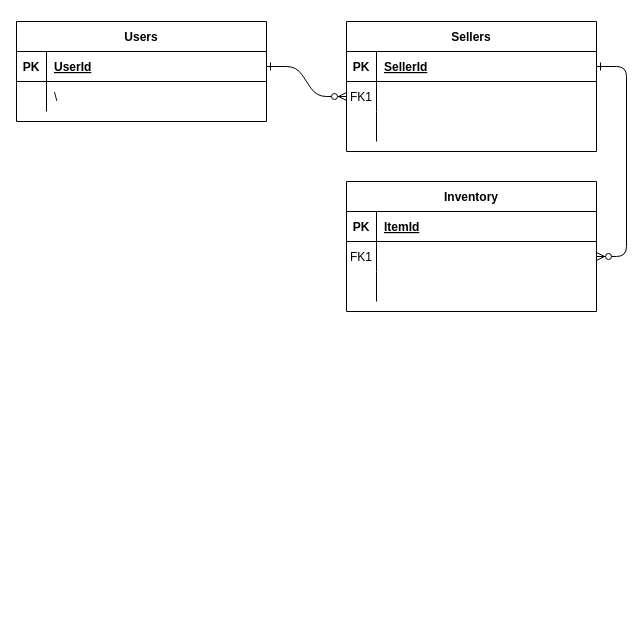
Above: Untitled Diagram.drawio in AlvinAlagos/E-CommerceProject (draw.io), before the change. Source tidied: cells renumbered, new cells numbered last; positions are measured from the earlier drawing's top-left corner, leaving out a move shared by most shapes. Both pictures are drawn from the tidied source at 100%, with x=0, y=0 at pixel (16, 21).
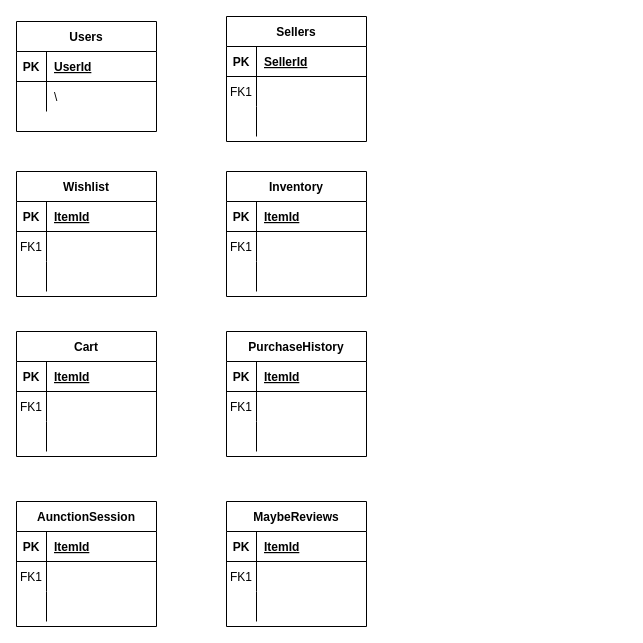
Above is the later version.

Commit message:
Added potential tables

Change to the diagram source:
```diff
@@
-    <mxCell id="2" style="edgeStyle=entityRelationEdgeStyle;endArrow=ERzeroToMany;startArrow=ERone;endFill=1;startFill=0;" parent="1" edge="1" source="25" target="8">
-      <mxGeometry relative="1" as="geometry" />
-    </mxCell>
-    <mxCell id="3" style="edgeStyle=entityRelationEdgeStyle;endArrow=ERzeroToMany;startArrow=ERone;endFill=1;startFill=0;" parent="1" edge="1" source="5" target="18">
-      <mxGeometry relative="1" as="geometry" />
-    </mxCell>
     <mxCell id="4" value="Sellers" style="shape=table;startSize=30;childLayout=tableLayout;rowLines=0;fontStyle=1;align=center;" parent="1" vertex="1">
-      <mxGeometry x="330" width="250" height="130" as="geometry" />
+      <mxGeometry x="210" y="-5" width="140" height="125" as="geometry" />
     </mxCell>
     <mxCell id="5" style="shape=partialRectangle;fillColor=none;points=[[0,0.5],[1,0.5]];portConstraint=eastwest;top=0;left=0;right=0;bottom=1;" parent="4" vertex="1">
-      <mxGeometry y="30" width="250" height="30" as="geometry" />
+      <mxGeometry y="30" width="140" height="30" as="geometry" />
     </mxCell>
@@
     <mxCell id="7" value="SellerId" style="shape=partialRectangle;overflow=hidden;fillColor=none;top=0;left=0;bottom=0;right=0;align=left;spacingLeft=6;fontStyle=5;" parent="5" vertex="1">
-      <mxGeometry x="30" width="220" height="30" as="geometry" />
+      <mxGeometry x="30" width="110" height="30" as="geometry" />
     </mxCell>
     <mxCell id="8" style="shape=partialRectangle;fillColor=none;points=[[0,0.5],[1,0.5]];portConstraint=eastwest;top=0;left=0;right=0;bottom=0;" parent="4" vertex="1">
-      <mxGeometry y="60" width="250" height="30" as="geometry" />
+      <mxGeometry y="60" width="140" height="30" as="geometry" />
     </mxCell>
@@
     <mxCell id="10" style="shape=partialRectangle;overflow=hidden;fillColor=none;top=0;left=0;bottom=0;right=0;align=left;spacingLeft=6;" parent="8" vertex="1">
-      <mxGeometry x="30" width="220" height="30" as="geometry" />
+      <mxGeometry x="30" width="110" height="30" as="geometry" />
     </mxCell>
     <mxCell id="11" style="shape=partialRectangle;fillColor=none;top=0;left=0;right=0;bottom=0;" parent="4" vertex="1">
-      <mxGeometry y="90" width="250" height="30" as="geometry" />
+      <mxGeometry y="90" width="140" height="30" as="geometry" />
     </mxCell>
@@
     <mxCell id="13" style="shape=partialRectangle;overflow=hidden;fillColor=none;top=0;left=0;bottom=0;right=0;align=left;spacingLeft=6;" parent="11" vertex="1">
-      <mxGeometry x="30" width="220" height="30" as="geometry" />
+      <mxGeometry x="30" width="110" height="30" as="geometry" />
     </mxCell>
     <mxCell id="14" value="Inventory" style="shape=table;startSize=30;childLayout=tableLayout;rowLines=0;fontStyle=1;align=center;" parent="1" vertex="1">
-      <mxGeometry x="330" y="160" width="250" height="130" as="geometry" />
+      <mxGeometry x="210" y="150" width="140" height="125" as="geometry" />
     </mxCell>
     <mxCell id="15" style="shape=partialRectangle;fillColor=none;top=0;left=0;right=0;bottom=1;" parent="14" vertex="1">
-      <mxGeometry y="30" width="250" height="30" as="geometry" />
+      <mxGeometry y="30" width="140" height="30" as="geometry" />
     </mxCell>
@@
     <mxCell id="17" value="ItemId" style="shape=partialRectangle;overflow=hidden;fillColor=none;top=0;left=0;bottom=0;right=0;align=left;spacingLeft=6;fontStyle=5;" parent="15" vertex="1">
-      <mxGeometry x="30" width="220" height="30" as="geometry" />
+      <mxGeometry x="30" width="110" height="30" as="geometry" />
     </mxCell>
     <mxCell id="18" style="shape=partialRectangle;fillColor=none;points=[[0,0.5],[1,0.5]];portConstraint=eastwest;top=0;left=0;right=0;bottom=0;" parent="14" vertex="1">
-      <mxGeometry y="60" width="250" height="30" as="geometry" />
+      <mxGeometry y="60" width="140" height="30" as="geometry" />
     </mxCell>
@@
     <mxCell id="20" style="shape=partialRectangle;overflow=hidden;fillColor=none;top=0;left=0;bottom=0;right=0;align=left;spacingLeft=6;" parent="18" vertex="1">
-      <mxGeometry x="30" width="220" height="30" as="geometry" />
+      <mxGeometry x="30" width="110" height="30" as="geometry" />
     </mxCell>
     <mxCell id="21" style="shape=partialRectangle;fillColor=none;top=0;left=0;right=0;bottom=0;" parent="14" vertex="1">
-      <mxGeometry y="90" width="250" height="30" as="geometry" />
+      <mxGeometry y="90" width="140" height="30" as="geometry" />
     </mxCell>
@@
     <mxCell id="23" style="shape=partialRectangle;overflow=hidden;fillColor=none;top=0;left=0;bottom=0;right=0;align=left;spacingLeft=6;" parent="21" vertex="1">
-      <mxGeometry x="30" width="220" height="30" as="geometry" />
+      <mxGeometry x="30" width="110" height="30" as="geometry" />
     </mxCell>
     <mxCell id="24" value="Users" style="shape=table;startSize=30;childLayout=tableLayout;rowLines=0;fontStyle=1;align=center;" parent="1" vertex="1">
-      <mxGeometry width="250" height="100" as="geometry" />
+      <mxGeometry width="140" height="110" as="geometry" />
     </mxCell>
     <mxCell id="25" style="shape=partialRectangle;fillColor=none;points=[[0,0.5],[1,0.5]];portConstraint=eastwest;top=0;left=0;right=0;bottom=1;" parent="24" vertex="1">
-      <mxGeometry y="30" width="250" height="30" as="geometry" />
+      <mxGeometry y="30" width="140" height="30" as="geometry" />
     </mxCell>
@@
     <mxCell id="27" value="UserId" style="shape=partialRectangle;overflow=hidden;fillColor=none;top=0;left=0;bottom=0;right=0;align=left;spacingLeft=6;fontStyle=5;" parent="25" vertex="1">
-      <mxGeometry x="30" width="220" height="30" as="geometry" />
+      <mxGeometry x="30" width="110" height="30" as="geometry" />
     </mxCell>
     <mxCell id="28" style="shape=partialRectangle;fillColor=none;top=0;left=0;right=0;bottom=0;" parent="24" vertex="1">
-      <mxGeometry y="60" width="250" height="30" as="geometry" />
+      <mxGeometry y="60" width="140" height="30" as="geometry" />
     </mxCell>
@@
     <mxCell id="30" value="\" style="shape=partialRectangle;overflow=hidden;fillColor=none;top=0;left=0;bottom=0;right=0;align=left;spacingLeft=6;" parent="28" vertex="1">
-      <mxGeometry x="30" width="220" height="30" as="geometry" />
+      <mxGeometry x="30" width="110" height="30" as="geometry" />
     </mxCell>
+    <mxCell id="31" value="Wishlist" style="shape=table;startSize=30;childLayout=tableLayout;rowLines=0;fontStyle=1;align=center;" parent="1" vertex="1">
+      <mxGeometry y="150" width="140" height="125" as="geometry" />
+    </mxCell>
+    <mxCell id="32" style="shape=partialRectangle;fillColor=none;top=0;left=0;right=0;bottom=1;" parent="31" vertex="1">
+      <mxGeometry y="30" width="140" height="30" as="geometry" />
+    </mxCell>
+    <mxCell id="33" value="PK" style="shape=partialRectangle;overflow=hidden;fillColor=none;top=0;left=0;bottom=0;right=0;fontStyle=1;" parent="32" vertex="1">
+      <mxGeometry width="30" height="30" as="geometry" />
+    </mxCell>
+    <mxCell id="34" value="ItemId" style="shape=partialRectangle;overflow=hidden;fillColor=none;top=0;left=0;bottom=0;right=0;align=left;spacingLeft=6;fontStyle=5;" parent="32" vertex="1">
+      <mxGeometry x="30" width="110" height="30" as="geometry" />
+    </mxCell>
+    <mxCell id="35" style="shape=partialRectangle;fillColor=none;top=0;left=0;right=0;bottom=0;" parent="31" vertex="1">
+      <mxGeometry y="60" width="140" height="30" as="geometry" />
+    </mxCell>
+    <mxCell id="36" value="FK1" style="shape=partialRectangle;overflow=hidden;fillColor=none;top=0;left=0;bottom=0;right=0;" parent="35" vertex="1">
+      <mxGeometry width="30" height="30" as="geometry" />
+    </mxCell>
+    <mxCell id="37" style="shape=partialRectangle;overflow=hidden;fillColor=none;top=0;left=0;bottom=0;right=0;align=left;spacingLeft=6;" parent="35" vertex="1">
+      <mxGeometry x="30" width="110" height="30" as="geometry" />
+    </mxCell>
+    <mxCell id="38" style="shape=partialRectangle;fillColor=none;top=0;left=0;right=0;bottom=0;" parent="31" vertex="1">
+      <mxGeometry y="90" width="140" height="30" as="geometry" />
+    </mxCell>
+    <mxCell id="39" style="shape=partialRectangle;overflow=hidden;fillColor=none;top=0;left=0;bottom=0;right=0;" parent="38" vertex="1">
+      <mxGeometry width="30" height="30" as="geometry" />
+    </mxCell>
+    <mxCell id="40" style="shape=partialRectangle;overflow=hidden;fillColor=none;top=0;left=0;bottom=0;right=0;align=left;spacingLeft=6;" parent="38" vertex="1">
+      <mxGeometry x="30" width="110" height="30" as="geometry" />
+    </mxCell>
+    <mxCell id="41" value="Cart" style="shape=table;startSize=30;childLayout=tableLayout;rowLines=0;fontStyle=1;align=center;" parent="1" vertex="1">
+      <mxGeometry y="310" width="140" height="125" as="geometry" />
+    </mxCell>
+    <mxCell id="42" style="shape=partialRectangle;fillColor=none;top=0;left=0;right=0;bottom=1;" parent="41" vertex="1">
+      <mxGeometry y="30" width="140" height="30" as="geometry" />
+    </mxCell>
+    <mxCell id="43" value="PK" style="shape=partialRectangle;overflow=hidden;fillColor=none;top=0;left=0;bottom=0;right=0;fontStyle=1;" parent="42" vertex="1">
+      <mxGeometry width="30" height="30" as="geometry" />
+    </mxCell>
+    <mxCell id="44" value="ItemId" style="shape=partialRectangle;overflow=hidden;fillColor=none;top=0;left=0;bottom=0;right=0;align=left;spacingLeft=6;fontStyle=5;" parent="42" vertex="1">
+      <mxGeometry x="30" width="110" height="30" as="geometry" />
+    </mxCell>
+    <mxCell id="45" style="shape=partialRectangle;fillColor=none;top=0;left=0;right=0;bottom=0;" parent="41" vertex="1">
+      <mxGeometry y="60" width="140" height="30" as="geometry" />
+    </mxCell>
+    <mxCell id="46" value="FK1" style="shape=partialRectangle;overflow=hidden;fillColor=none;top=0;left=0;bottom=0;right=0;" parent="45" vertex="1">
+      <mxGeometry width="30" height="30" as="geometry" />
+    </mxCell>
+    <mxCell id="47" style="shape=partialRectangle;overflow=hidden;fillColor=none;top=0;left=0;bottom=0;right=0;align=left;spacingLeft=6;" parent="45" vertex="1">
+      <mxGeometry x="30" width="110" height="30" as="geometry" />
+    </mxCell>
+    <mxCell id="48" style="shape=partialRectangle;fillColor=none;top=0;left=0;right=0;bottom=0;" parent="41" vertex="1">
+      <mxGeometry y="90" width="140" height="30" as="geometry" />
+    </mxCell>
+    <mxCell id="49" style="shape=partialRectangle;overflow=hidden;fillColor=none;top=0;left=0;bottom=0;right=0;" parent="48" vertex="1">
+      <mxGeometry width="30" height="30" as="geometry" />
+    </mxCell>
+    <mxCell id="50" style="shape=partialRectangle;overflow=hidden;fillColor=none;top=0;left=0;bottom=0;right=0;align=left;spacingLeft=6;" parent="48" vertex="1">
+      <mxGeometry x="30" width="110" height="30" as="geometry" />
+    </mxCell>
+    <mxCell id="51" value="PurchaseHistory" style="shape=table;startSize=30;childLayout=tableLayout;rowLines=0;fontStyle=1;align=center;" parent="1" vertex="1">
+      <mxGeometry x="210" y="310" width="140" height="125" as="geometry" />
+    </mxCell>
+    <mxCell id="52" style="shape=partialRectangle;fillColor=none;top=0;left=0;right=0;bottom=1;" parent="51" vertex="1">
+      <mxGeometry y="30" width="140" height="30" as="geometry" />
+    </mxCell>
+    <mxCell id="53" value="PK" style="shape=partialRectangle;overflow=hidden;fillColor=none;top=0;left=0;bottom=0;right=0;fontStyle=1;" parent="52" vertex="1">
+      <mxGeometry width="30" height="30" as="geometry" />
+    </mxCell>
+    <mxCell id="54" value="ItemId" style="shape=partialRectangle;overflow=hidden;fillColor=none;top=0;left=0;bottom=0;right=0;align=left;spacingLeft=6;fontStyle=5;" parent="52" vertex="1">
+      <mxGeometry x="30" width="110" height="30" as="geometry" />
+    </mxCell>
+    <mxCell id="55" style="shape=partialRectangle;fillColor=none;top=0;left=0;right=0;bottom=0;" parent="51" vertex="1">
+      <mxGeometry y="60" width="140" height="30" as="geometry" />
+    </mxCell>
+    <mxCell id="56" value="FK1" style="shape=partialRectangle;overflow=hidden;fillColor=none;top=0;left=0;bottom=0;right=0;" parent="55" vertex="1">
+      <mxGeometry width="30" height="30" as="geometry" />
+    </mxCell>
+    <mxCell id="57" style="shape=partialRectangle;overflow=hidden;fillColor=none;top=0;left=0;bottom=0;right=0;align=left;spacingLeft=6;" parent="55" vertex="1">
+      <mxGeometry x="30" width="110" height="30" as="geometry" />
+    </mxCell>
+    <mxCell id="58" style="shape=partialRectangle;fillColor=none;top=0;left=0;right=0;bottom=0;" parent="51" vertex="1">
+      <mxGeometry y="90" width="140" height="30" as="geometry" />
+    </mxCell>
+    <mxCell id="59" style="shape=partialRectangle;overflow=hidden;fillColor=none;top=0;left=0;bottom=0;right=0;" parent="58" vertex="1">
+      <mxGeometry width="30" height="30" as="geometry" />
+    </mxCell>
+    <mxCell id="60" style="shape=partialRectangle;overflow=hidden;fillColor=none;top=0;left=0;bottom=0;right=0;align=left;spacingLeft=6;" parent="58" vertex="1">
+      <mxGeometry x="30" width="110" height="30" as="geometry" />
+    </mxCell>
+    <mxCell id="61" value="AunctionSession" style="shape=table;startSize=30;childLayout=tableLayout;rowLines=0;fontStyle=1;align=center;" parent="1" vertex="1">
+      <mxGeometry y="480" width="140" height="125" as="geometry" />
+    </mxCell>
+    <mxCell id="62" style="shape=partialRectangle;fillColor=none;top=0;left=0;right=0;bottom=1;" parent="61" vertex="1">
+      <mxGeometry y="30" width="140" height="30" as="geometry" />
+    </mxCell>
+    <mxCell id="63" value="PK" style="shape=partialRectangle;overflow=hidden;fillColor=none;top=0;left=0;bottom=0;right=0;fontStyle=1;" parent="62" vertex="1">
+      <mxGeometry width="30" height="30" as="geometry" />
+    </mxCell>
+    <mxCell id="64" value="ItemId" style="shape=partialRectangle;overflow=hidden;fillColor=none;top=0;left=0;bottom=0;right=0;align=left;spacingLeft=6;fontStyle=5;" parent="62" vertex="1">
+      <mxGeometry x="30" width="110" height="30" as="geometry" />
+    </mxCell>
+    <mxCell id="65" style="shape=partialRectangle;fillColor=none;top=0;left=0;right=0;bottom=0;" parent="61" vertex="1">
+      <mxGeometry y="60" width="140" height="30" as="geometry" />
+    </mxCell>
+    <mxCell id="66" value="FK1" style="shape=partialRectangle;overflow=hidden;fillColor=none;top=0;left=0;bottom=0;right=0;" parent="65" vertex="1">
+      <mxGeometry width="30" height="30" as="geometry" />
+    </mxCell>
+    <mxCell id="67" style="shape=partialRectangle;overflow=hidden;fillColor=none;top=0;left=0;bottom=0;right=0;align=left;spacingLeft=6;" parent="65" vertex="1">
+      <mxGeometry x="30" width="110" height="30" as="geometry" />
+    </mxCell>
+    <mxCell id="68" style="shape=partialRectangle;fillColor=none;top=0;left=0;right=0;bottom=0;" parent="61" vertex="1">
+      <mxGeometry y="90" width="140" height="30" as="geometry" />
+    </mxCell>
+    <mxCell id="69" style="shape=partialRectangle;overflow=hidden;fillColor=none;top=0;left=0;bottom=0;right=0;" parent="68" vertex="1">
+      <mxGeometry width="30" height="30" as="geometry" />
+    </mxCell>
+    <mxCell id="70" style="shape=partialRectangle;overflow=hidden;fillColor=none;top=0;left=0;bottom=0;right=0;align=left;spacingLeft=6;" parent="68" vertex="1">
+      <mxGeometry x="30" width="110" height="30" as="geometry" />
+    </mxCell>
+    <mxCell id="71" value="MaybeReviews" style="shape=table;startSize=30;childLayout=tableLayout;rowLines=0;fontStyle=1;align=center;" parent="1" vertex="1">
+      <mxGeometry x="210" y="480" width="140" height="125" as="geometry" />
+    </mxCell>
+    <mxCell id="72" style="shape=partialRectangle;fillColor=none;top=0;left=0;right=0;bottom=1;" parent="71" vertex="1">
+      <mxGeometry y="30" width="140" height="30" as="geometry" />
+    </mxCell>
+    <mxCell id="73" value="PK" style="shape=partialRectangle;overflow=hidden;fillColor=none;top=0;left=0;bottom=0;right=0;fontStyle=1;" parent="72" vertex="1">
+      <mxGeometry width="30" height="30" as="geometry" />
+    </mxCell>
+    <mxCell id="74" value="ItemId" style="shape=partialRectangle;overflow=hidden;fillColor=none;top=0;left=0;bottom=0;right=0;align=left;spacingLeft=6;fontStyle=5;" parent="72" vertex="1">
+      <mxGeometry x="30" width="110" height="30" as="geometry" />
+    </mxCell>
+    <mxCell id="75" style="shape=partialRectangle;fillColor=none;top=0;left=0;right=0;bottom=0;" parent="71" vertex="1">
+      <mxGeometry y="60" width="140" height="30" as="geometry" />
+    </mxCell>
+    <mxCell id="76" value="FK1" style="shape=partialRectangle;overflow=hidden;fillColor=none;top=0;left=0;bottom=0;right=0;" parent="75" vertex="1">
+      <mxGeometry width="30" height="30" as="geometry" />
+    </mxCell>
+    <mxCell id="77" style="shape=partialRectangle;overflow=hidden;fillColor=none;top=0;left=0;bottom=0;right=0;align=left;spacingLeft=6;" parent="75" vertex="1">
+      <mxGeometry x="30" width="110" height="30" as="geometry" />
+    </mxCell>
+    <mxCell id="78" style="shape=partialRectangle;fillColor=none;top=0;left=0;right=0;bottom=0;" parent="71" vertex="1">
+      <mxGeometry y="90" width="140" height="30" as="geometry" />
+    </mxCell>
+    <mxCell id="79" style="shape=partialRectangle;overflow=hidden;fillColor=none;top=0;left=0;bottom=0;right=0;" parent="78" vertex="1">
+      <mxGeometry width="30" height="30" as="geometry" />
+    </mxCell>
+    <mxCell id="80" style="shape=partialRectangle;overflow=hidden;fillColor=none;top=0;left=0;bottom=0;right=0;align=left;spacingLeft=6;" parent="78" vertex="1">
+      <mxGeometry x="30" width="110" height="30" as="geometry" />
+    </mxCell>
```
